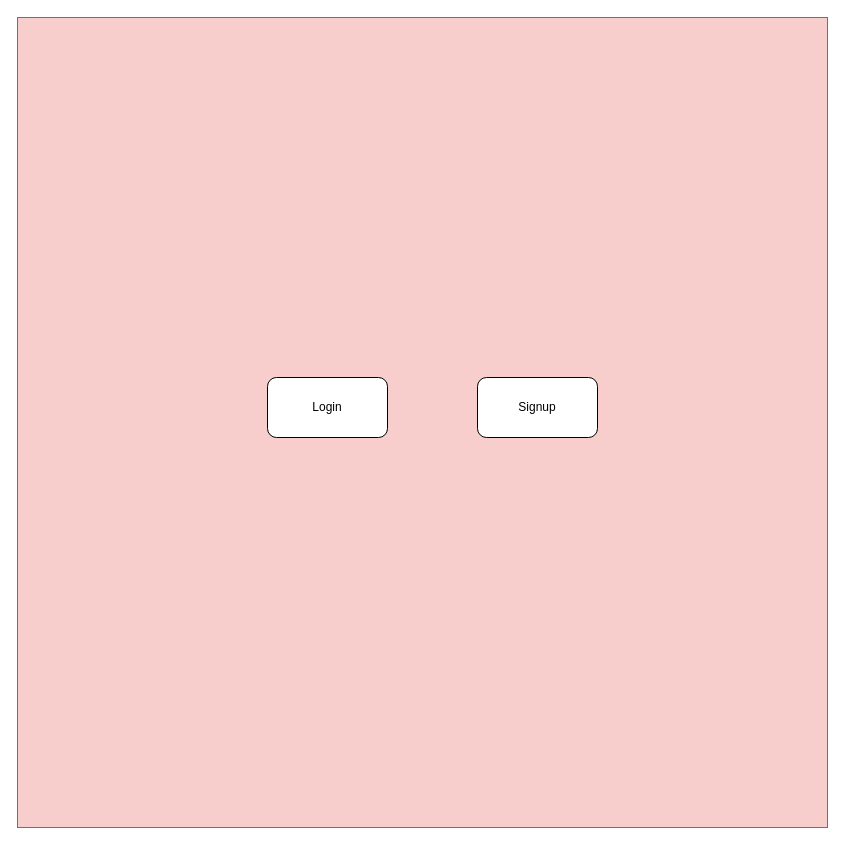
Above: Untitled Diagram.drawio in bengraham-B/L3T14 (draw.io), before the change. Source tidied: cells renumbered, new cells numbered last; positions are measured from the earlier drawing's top-left corner, leaving out a move shared by most shapes. Both pictures are drawn from the tidied source at 100%, with x=0, y=0 at pixel (17, 17).
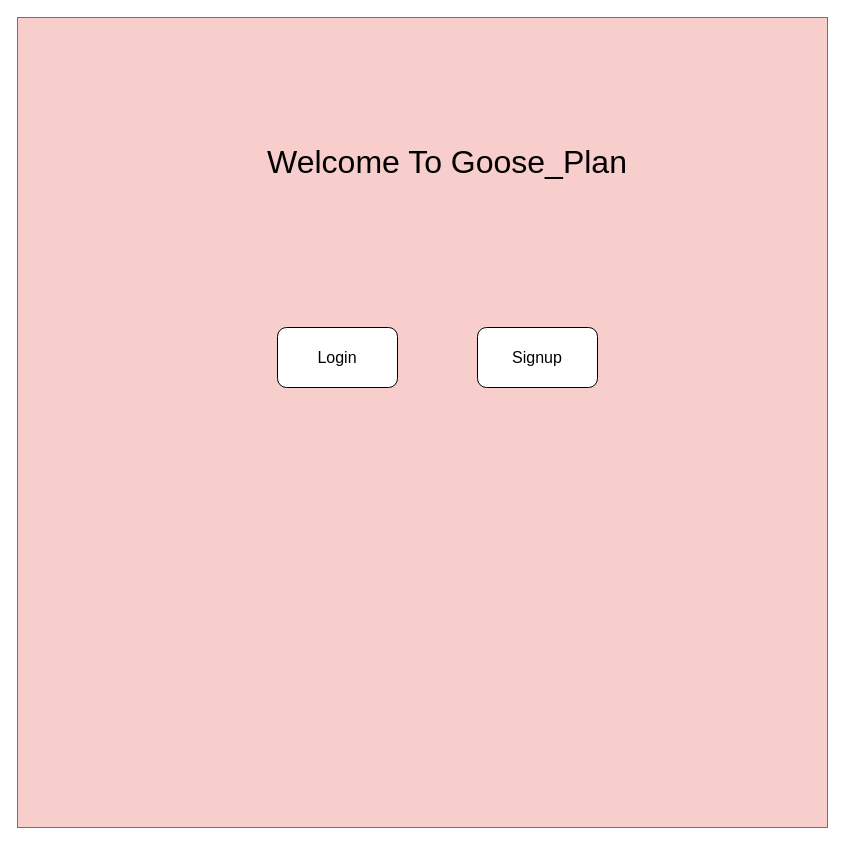
The same diagram, later.

Diff of the diagram source:
```diff
@@
 <mxGraphModel>
   <root>
     <mxCell id="0" />
     <mxCell id="1" parent="0" />
     <mxCell id="2" style="whiteSpace=wrap;html=1;fillColor=#f8cecc;strokeColor=#b85450;" parent="1" vertex="1">
       <mxGeometry width="810" height="810" as="geometry" />
     </mxCell>
-    <mxCell id="3" value="Login" style="rounded=1;whiteSpace=wrap;html=1;" parent="1" vertex="1">
-      <mxGeometry x="250" y="360" width="120" height="60" as="geometry" />
+    <mxCell id="3" value="Login" style="rounded=1;whiteSpace=wrap;html=1;fontSize=16;" parent="1" vertex="1">
+      <mxGeometry x="260" y="310" width="120" height="60" as="geometry" />
     </mxCell>
-    <mxCell id="4" value="Signup" style="rounded=1;whiteSpace=wrap;html=1;" parent="1" vertex="1">
-      <mxGeometry x="460" y="360" width="120" height="60" as="geometry" />
+    <mxCell id="4" value="Signup" style="rounded=1;whiteSpace=wrap;html=1;fontSize=16;" parent="1" vertex="1">
+      <mxGeometry x="460" y="310" width="120" height="60" as="geometry" />
     </mxCell>
+    <mxCell id="5" value="Welcome To Goose_Plan" style="text;strokeColor=none;align=center;fillColor=none;html=1;verticalAlign=middle;whiteSpace=wrap;rounded=0;fontSize=32;" parent="1" vertex="1">
+      <mxGeometry x="110" y="70" width="640" height="150" as="geometry" />
+    </mxCell>
   </root>
 </mxGraphModel>
```
